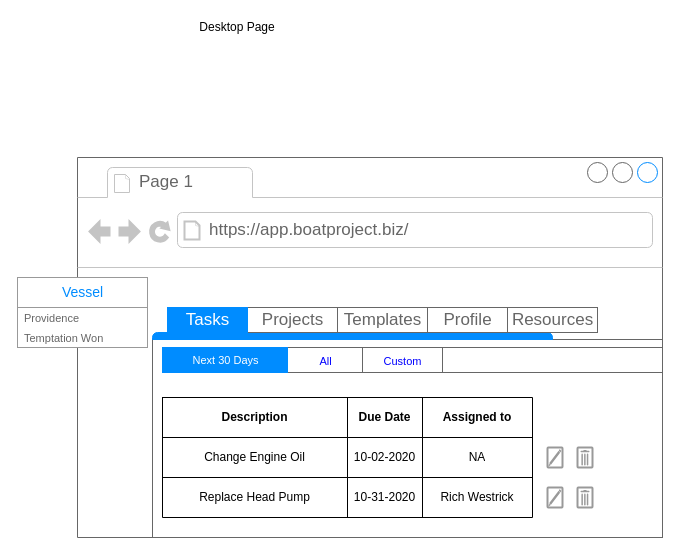
This is page "Tasks" (2 of 3) of Site diagram.drawio from RJWestrick/boatprojectdiagrams, a draw.io file, before an edit. Source tidied: cells renumbered, new cells numbered last; positions are measured from the earlier drawing's top-left corner, leaving out a move shared by most shapes. Both pictures are drawn from the tidied source at 100%, with x=0, y=0 at pixel (17, 17).
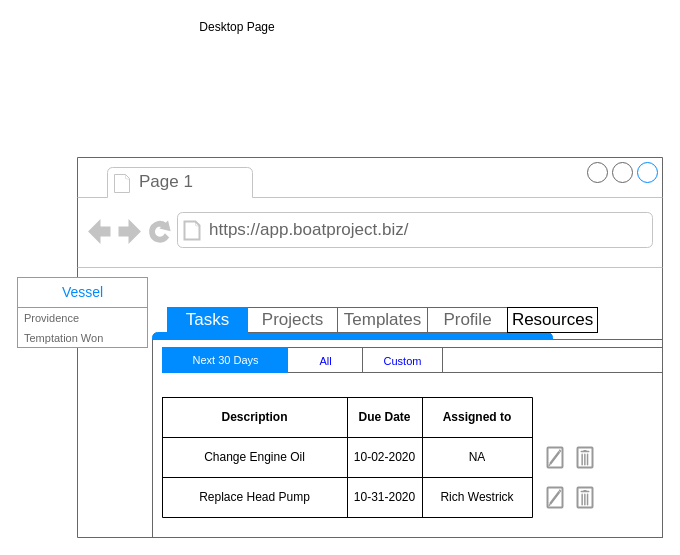
Above is the later version.

The change refers to these unchanged cells:
```xml
<mxCell id="2" style="strokeWidth=1;shadow=0;dashed=0;align=center;html=1;shape=mxgraph.mockup.containers.browserWindow;rSize=0;strokeColor=#666666;strokeColor2=#008cff;strokeColor3=#c4c4c4;mainText=,;" parent="1" vertex="1">
  <mxGeometry x="60" y="140" width="585" height="380" as="geometry" />
</mxCell>
```

What changed in the source:
```diff
@@
-    <mxCell id="34" value="Resources" style="strokeColor=inherit;fillColor=inherit;gradientColor=inherit;strokeWidth=1;shadow=0;dashed=0;align=center;html=1;shape=mxgraph.mockup.containers.rrect;rSize=0;fontSize=17;fontColor=#666666;gradientColor=none;" parent="2" vertex="1">
+    <mxCell id="34" value="Resources" style="strokeWidth=1;shadow=0;dashed=0;align=center;html=1;shape=mxgraph.mockup.containers.rrect;rSize=0;fontSize=17;" parent="2" vertex="1">
       <mxGeometry x="430" y="150" width="90" height="25" as="geometry" />
     </mxCell>
```
